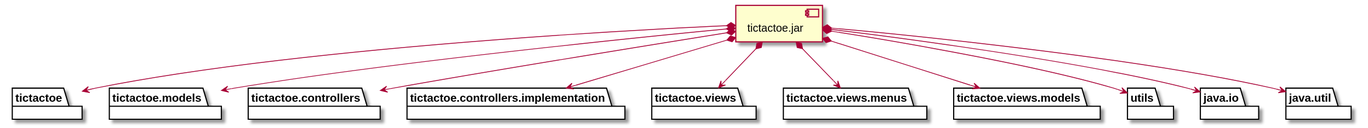
Above: docs/build/docs/asciidoc/images/diagramaImplementacion.svg in x-USantaTecla-game-ticTacToe/java (PlantUML), before the change.
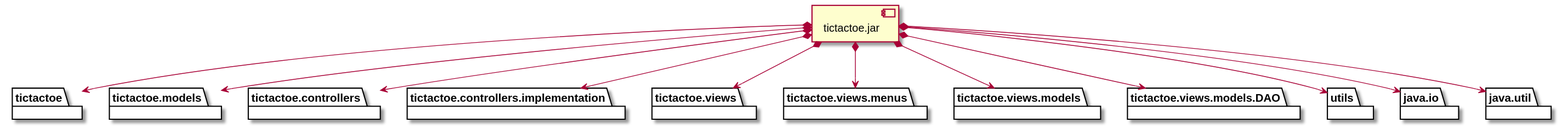
After the commit.

The edit, as a diff of the source:
```diff
@@ -13,6 +13,8 @@
 package "  "  as tictactoe.views.menus {
 }
 package "  "  as tictactoe.views.models {
+}
+package "  "  as tictactoe.views.models.DAO {
 }
 package "  "  as utils {
 }
@@ -30,6 +32,7 @@
 jar *--> tictactoe.views
 jar *--> tictactoe.views.menus
 jar *--> tictactoe.views.models
+jar *--> tictactoe.views.models.DAO
 jar *--> utils
 jar *--> java.io
 jar *--> java.util
```
